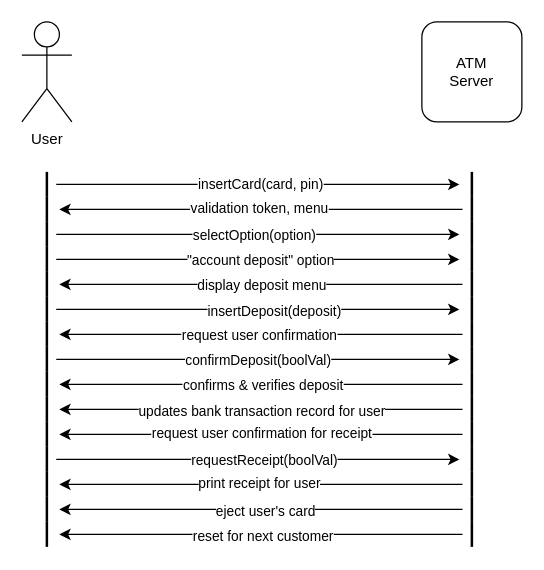
Above: A03 ATM Deposit Domain Model - System Design.drawio in AO-5002/A03-ATM-Deposit-Domain-Model---System-Design (draw.io), before the change. Source tidied: cells renumbered, new cells numbered last; positions are measured from the earlier drawing's top-left corner, leaving out a move shared by most shapes. Both pictures are drawn from the tidied source at 125%, with x=0, y=0 at pixel (21, 21).
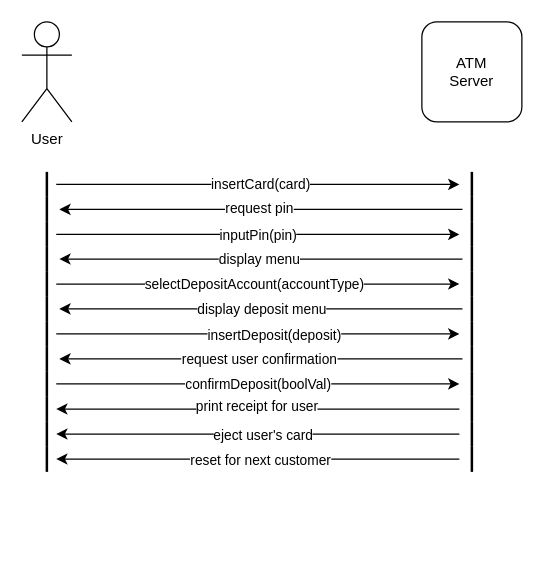
After the change.

Unchanged cells that the change refers to:
```xml
<mxCell id="4" style="edgeStyle=none;rounded=0;jettySize=auto;html=1;" parent="1" edge="1" source="6">
  <mxGeometry relative="1" as="geometry">
    <mxPoint x="350" y="130" as="targetPoint" />
  </mxGeometry>
</mxCell>
<mxCell id="8" style="edgeStyle=none;rounded=0;jettySize=auto;html=1;" parent="1" edge="1" source="10">
  <mxGeometry relative="1" as="geometry">
    <mxPoint x="30" y="150" as="targetPoint" />
  </mxGeometry>
</mxCell>
<mxCell id="14" style="line;strokeWidth=2;direction=south;html=1;" parent="1" vertex="1">
  <mxGeometry x="12.5" y="160" width="15" height="20" as="geometry" />
</mxCell>
<mxCell id="19" style="line;strokeWidth=2;direction=south;html=1;" parent="1" vertex="1">
  <mxGeometry x="12.5" y="180" width="15" height="20" as="geometry" />
</mxCell>
<mxCell id="22" style="line;strokeWidth=2;direction=south;html=1;" parent="1" vertex="1">
  <mxGeometry x="352.5" y="200" width="15" height="20" as="geometry" />
</mxCell>
<mxCell id="27" style="line;strokeWidth=2;direction=south;html=1;" parent="1" vertex="1">
  <mxGeometry x="12.5" y="220" width="15" height="20" as="geometry" />
</mxCell>
<mxCell id="30" style="line;strokeWidth=2;direction=south;html=1;" parent="1" vertex="1">
  <mxGeometry x="352.5" y="240" width="15" height="20" as="geometry" />
</mxCell>
<mxCell id="34" style="line;strokeWidth=2;direction=south;html=1;" parent="1" vertex="1">
  <mxGeometry x="12.5" y="260" width="15" height="20" as="geometry" />
</mxCell>
<mxCell id="38" style="line;strokeWidth=2;direction=south;html=1;" parent="1" vertex="1">
  <mxGeometry x="352.5" y="280" width="15" height="20" as="geometry" />
</mxCell>
<mxCell id="43" style="line;strokeWidth=2;direction=south;html=1;" parent="1" vertex="1">
  <mxGeometry x="352.5" y="300" width="15" height="20" as="geometry" />
</mxCell>
<mxCell id="47" style="line;strokeWidth=2;direction=south;html=1;" parent="1" vertex="1">
  <mxGeometry x="352.5" y="320" width="15" height="20" as="geometry" />
</mxCell>
<mxCell id="50" style="line;strokeWidth=2;direction=south;html=1;" parent="1" vertex="1">
  <mxGeometry x="12.5" y="340" width="15" height="20" as="geometry" />
</mxCell>
```

Diff of the diagram source:
```diff
@@
-    <mxCell id="5" value="insertCard(card, pin)" style="edgeLabel;html=1;align=center;verticalAlign=middle;" parent="4" vertex="1">
+    <mxCell id="5" value="insertCard(card)" style="edgeLabel;html=1;align=center;verticalAlign=middle;" parent="4" vertex="1">
       <mxGeometry x="0.01" y="1" relative="1" as="geometry" />
     </mxCell>
@@
-    <mxCell id="9" value="validation token, menu" style="edgeLabel;html=1;align=center;verticalAlign=middle;" parent="8" vertex="1">
+    <mxCell id="9" value="request pin" style="edgeLabel;html=1;align=center;verticalAlign=middle;" parent="8" vertex="1">
       <mxGeometry x="0.01" y="-2" relative="1" as="geometry" />
     </mxCell>
@@
-    <mxCell id="12" style="edgeStyle=none;rounded=0;jettySize=auto;html=1;" parent="1" edge="1" source="14">
+    <mxCell id="12" style="edgeStyle=none;rounded=0;orthogonalLoop=1;jettySize=auto;html=1;" parent="1" edge="1">
       <mxGeometry relative="1" as="geometry">
-        <mxPoint x="350" y="170" as="targetPoint" />
+        <mxPoint x="27.5" y="209.7" as="sourcePoint" />
+        <mxPoint x="350" y="209.7" as="targetPoint" />
       </mxGeometry>
     </mxCell>
-    <mxCell id="13" value="selectOption(option)" style="edgeLabel;html=1;align=center;verticalAlign=middle;" parent="12" vertex="1">
+    <mxCell id="13" value="selectDepositAccount(accountType)" style="edgeLabel;html=1;align=center;verticalAlign=middle;" parent="12" vertex="1">
       <mxGeometry x="-0.02" relative="1" as="geometry" />
     </mxCell>
+    <mxCell id="64" style="edgeStyle=orthogonalEdgeStyle;rounded=0;jettySize=auto;html=1;" parent="1" edge="1" source="14">
+      <mxGeometry relative="1" as="geometry">
+        <mxPoint x="350" y="170" as="targetPoint" />
+      </mxGeometry>
+    </mxCell>
+    <mxCell id="65" value="inputPin(pin)" style="edgeLabel;html=1;align=center;verticalAlign=middle;" parent="64" vertex="1">
+      <mxGeometry relative="1" as="geometry" />
+    </mxCell>
@@
-    <mxCell id="17" style="edgeStyle=none;rounded=0;jettySize=auto;html=1;" parent="1" edge="1" source="19">
-      <mxGeometry relative="1" as="geometry">
-        <mxPoint x="350" y="190" as="targetPoint" />
-      </mxGeometry>
-    </mxCell>
-    <mxCell id="18" value="&quot;account deposit&quot; option" style="edgeLabel;html=1;align=center;verticalAlign=middle;" parent="17" vertex="1">
-      <mxGeometry x="0.01" relative="1" as="geometry" />
-    </mxCell>
@@
-    <mxCell id="20" style="edgeStyle=none;rounded=0;jettySize=auto;html=1;" parent="1" edge="1" source="22">
+    <mxCell id="20" style="edgeStyle=none;rounded=0;orthogonalLoop=1;jettySize=auto;html=1;" parent="1" edge="1">
       <mxGeometry relative="1" as="geometry">
-        <mxPoint x="30" y="210" as="targetPoint" />
+        <mxPoint x="352.5" y="229.6" as="sourcePoint" />
+        <mxPoint x="30" y="229.6" as="targetPoint" />
       </mxGeometry>
     </mxCell>
@@
+    <mxCell id="66" style="edgeStyle=orthogonalEdgeStyle;rounded=0;orthogonalLoop=1;jettySize=auto;html=1;" parent="1" edge="1">
+      <mxGeometry relative="1" as="geometry">
+        <mxPoint x="352.5" y="189.7" as="sourcePoint" />
+        <mxPoint x="30" y="189.7" as="targetPoint" />
+      </mxGeometry>
+    </mxCell>
+    <mxCell id="67" value="display menu" style="edgeLabel;html=1;align=center;verticalAlign=middle;" parent="66" vertex="1">
+      <mxGeometry x="0.01" relative="1" as="geometry" />
+    </mxCell>
@@
-    <mxCell id="25" style="edgeStyle=none;rounded=0;jettySize=auto;html=1;" parent="1" edge="1" source="27">
+    <mxCell id="25" style="edgeStyle=none;rounded=0;orthogonalLoop=1;jettySize=auto;html=1;" parent="1" edge="1">
       <mxGeometry relative="1" as="geometry">
-        <mxPoint x="350" y="230" as="targetPoint" />
+        <mxPoint x="27.5" y="249.6" as="sourcePoint" />
+        <mxPoint x="350" y="249.6" as="targetPoint" />
       </mxGeometry>
     </mxCell>
@@
-    <mxCell id="28" style="edgeStyle=none;rounded=0;jettySize=auto;html=1;" parent="1" edge="1" source="30">
+    <mxCell id="28" style="edgeStyle=none;rounded=0;orthogonalLoop=1;jettySize=auto;html=1;" parent="1" edge="1">
       <mxGeometry relative="1" as="geometry">
-        <mxPoint x="30" y="250" as="targetPoint" />
+        <mxPoint x="352.5" y="269.6" as="sourcePoint" />
+        <mxPoint x="30" y="269.6" as="targetPoint" />
       </mxGeometry>
     </mxCell>
@@
-    <mxCell id="32" style="edgeStyle=none;rounded=0;jettySize=auto;html=1;" parent="1" edge="1" source="34">
+    <mxCell id="32" style="edgeStyle=none;rounded=0;orthogonalLoop=1;jettySize=auto;html=1;" parent="1" edge="1">
       <mxGeometry relative="1" as="geometry">
-        <mxPoint x="350" y="270" as="targetPoint" />
+        <mxPoint x="27.5" y="289.6" as="sourcePoint" />
+        <mxPoint x="350" y="289.6" as="targetPoint" />
       </mxGeometry>
     </mxCell>
@@
-    <mxCell id="36" style="edgeStyle=none;rounded=0;jettySize=auto;html=1;" parent="1" edge="1" source="38">
-      <mxGeometry relative="1" as="geometry">
-        <mxPoint x="30" y="290" as="targetPoint" />
-      </mxGeometry>
-    </mxCell>
-    <mxCell id="37" value="confirms &amp;amp; verifies deposit" style="edgeLabel;html=1;align=center;verticalAlign=middle;" parent="36" vertex="1">
-      <mxGeometry x="-0.01" relative="1" as="geometry" />
-    </mxCell>
@@
-    <mxCell id="41" style="edgeStyle=none;rounded=0;jettySize=auto;html=1;" parent="1" edge="1" source="43">
-      <mxGeometry relative="1" as="geometry">
-        <mxPoint x="30" y="310" as="targetPoint" />
-      </mxGeometry>
-    </mxCell>
-    <mxCell id="42" value="updates bank transaction record for user" style="edgeLabel;html=1;align=center;verticalAlign=middle;" parent="41" vertex="1">
-      <mxGeometry y="1" relative="1" as="geometry" />
-    </mxCell>
@@
-    <mxCell id="45" style="edgeStyle=none;rounded=0;jettySize=auto;html=1;" parent="1" edge="1" source="47">
-      <mxGeometry relative="1" as="geometry">
-        <mxPoint x="30" y="330" as="targetPoint" />
-      </mxGeometry>
-    </mxCell>
-    <mxCell id="46" value="request user confirmation for receipt" style="edgeLabel;html=1;align=center;verticalAlign=middle;" parent="45" vertex="1">
-      <mxGeometry y="-2" relative="1" as="geometry" />
-    </mxCell>
@@
-    <mxCell id="48" style="edgeStyle=none;rounded=0;jettySize=auto;html=1;" parent="1" edge="1" source="50">
-      <mxGeometry relative="1" as="geometry">
-        <mxPoint x="350" y="350" as="targetPoint" />
-      </mxGeometry>
-    </mxCell>
-    <mxCell id="49" value="requestReceipt(boolVal)" style="edgeLabel;html=1;align=center;verticalAlign=middle;" parent="48" vertex="1">
-      <mxGeometry x="0.03" relative="1" as="geometry" />
-    </mxCell>
@@
-    <mxCell id="52" style="edgeStyle=none;rounded=0;jettySize=auto;html=1;" parent="1" edge="1" source="54">
+    <mxCell id="52" style="edgeStyle=none;rounded=0;orthogonalLoop=1;jettySize=auto;html=1;" parent="1" edge="1">
       <mxGeometry relative="1" as="geometry">
-        <mxPoint x="30" y="370" as="targetPoint" />
+        <mxPoint x="350" y="309.7" as="sourcePoint" />
+        <mxPoint x="27.5" y="309.7" as="targetPoint" />
       </mxGeometry>
     </mxCell>
@@
-    <mxCell id="54" style="line;strokeWidth=2;direction=south;html=1;" parent="1" vertex="1">
-      <mxGeometry x="352.5" y="360" width="15" height="20" as="geometry" />
-    </mxCell>
-    <mxCell id="55" style="line;strokeWidth=2;direction=south;html=1;" parent="1" vertex="1">
-      <mxGeometry x="12.5" y="360" width="15" height="20" as="geometry" />
-    </mxCell>
-    <mxCell id="56" style="edgeStyle=none;rounded=0;jettySize=auto;html=1;" parent="1" edge="1" source="58">
+    <mxCell id="56" style="edgeStyle=none;rounded=0;orthogonalLoop=1;jettySize=auto;html=1;" parent="1" edge="1">
       <mxGeometry relative="1" as="geometry">
-        <mxPoint x="30" y="390" as="targetPoint" />
+        <mxPoint x="350" y="329.7" as="sourcePoint" />
+        <mxPoint x="27.5" y="329.7" as="targetPoint" />
       </mxGeometry>
     </mxCell>
@@
-    <mxCell id="58" style="line;strokeWidth=2;direction=south;html=1;" parent="1" vertex="1">
-      <mxGeometry x="352.5" y="380" width="15" height="20" as="geometry" />
-    </mxCell>
-    <mxCell id="59" style="line;strokeWidth=2;direction=south;html=1;" parent="1" vertex="1">
-      <mxGeometry x="12.5" y="380" width="15" height="20" as="geometry" />
-    </mxCell>
-    <mxCell id="60" style="edgeStyle=none;rounded=0;jettySize=auto;html=1;" parent="1" edge="1" source="62">
+    <mxCell id="60" style="edgeStyle=none;rounded=0;orthogonalLoop=1;jettySize=auto;html=1;" parent="1" edge="1">
       <mxGeometry relative="1" as="geometry">
-        <mxPoint x="30" y="410" as="targetPoint" />
+        <mxPoint x="350" y="349.7" as="sourcePoint" />
+        <mxPoint x="27.5" y="349.7" as="targetPoint" />
       </mxGeometry>
     </mxCell>
@@
-    <mxCell id="62" style="line;strokeWidth=2;direction=south;html=1;" parent="1" vertex="1">
-      <mxGeometry x="352.5" y="400" width="15" height="20" as="geometry" />
-    </mxCell>
-    <mxCell id="63" style="line;strokeWidth=2;direction=south;html=1;" parent="1" vertex="1">
-      <mxGeometry x="12.5" y="400" width="15" height="20" as="geometry" />
-    </mxCell>
```
